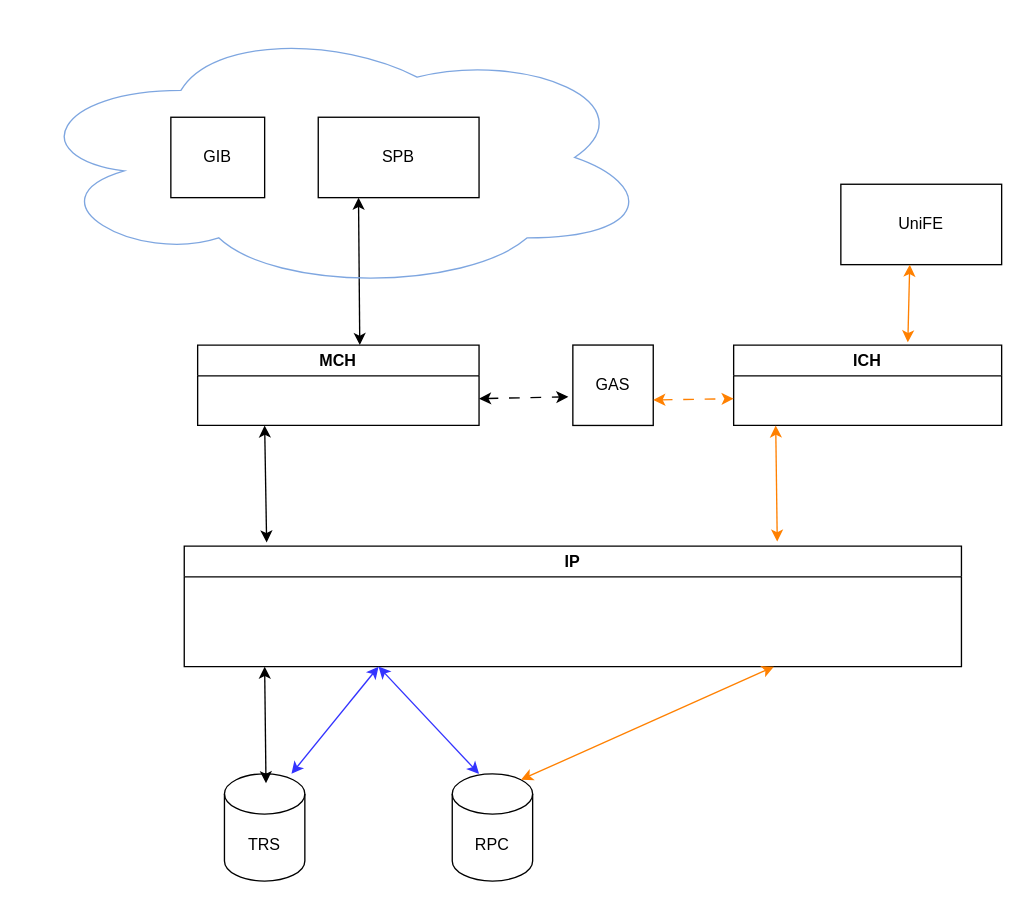
The draw.io diagram Layers-Way4.drawio in MichalHasekRB/my-Diagrams, before the edit. Source tidied: cells renumbered, new cells numbered last; positions are measured from the earlier drawing's top-left corner, leaving out a move shared by most shapes. Both pictures are drawn from the tidied source at 134%, with x=0, y=0 at pixel (23, 23).
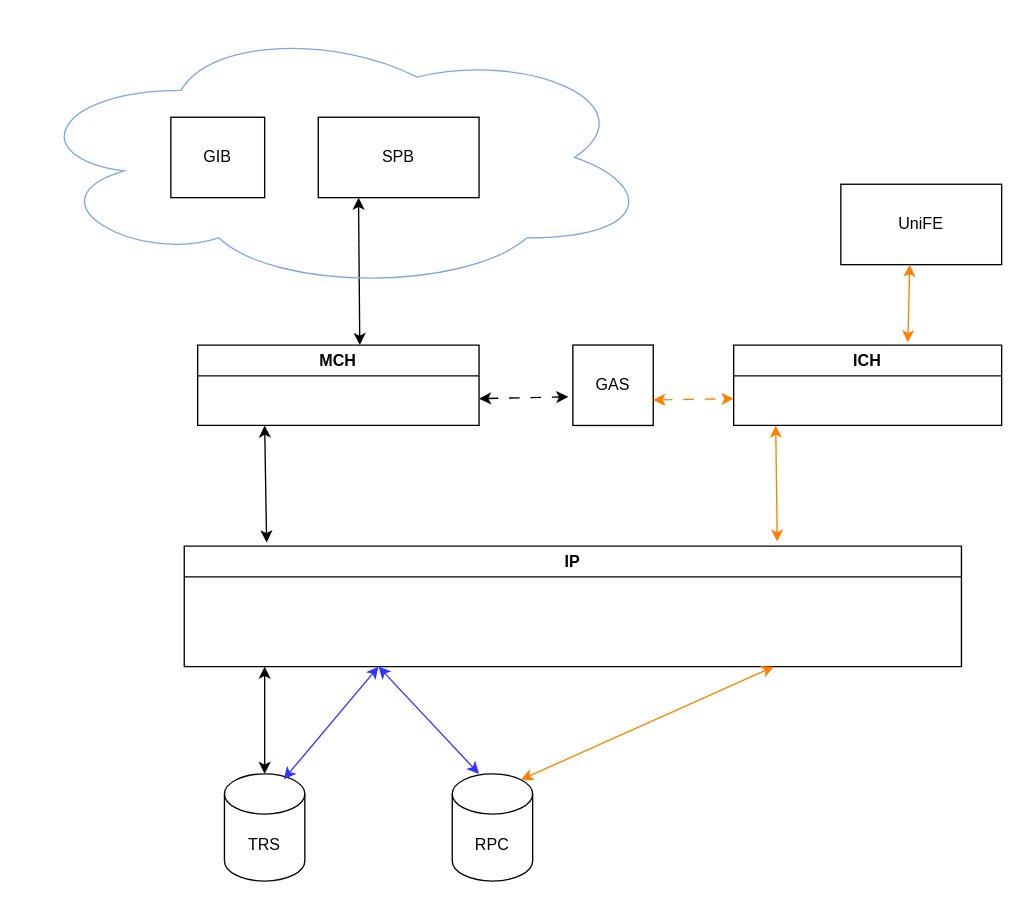
Above is the later version.

Unchanged cells that the change refers to:
```xml
<mxCell id="3" value="IP" style="swimlane;whiteSpace=wrap;html=1;" parent="1" vertex="1">
  <mxGeometry x="120" y="390" width="580" height="90" as="geometry" />
</mxCell>
<mxCell id="8" value="TRS" style="shape=cylinder3;whiteSpace=wrap;html=1;boundedLbl=1;backgroundOutline=1;size=15;" parent="1" vertex="1">
  <mxGeometry x="150" y="560" width="60" height="80" as="geometry" />
</mxCell>
```

The edit, as a diff of the source:
```diff
@@
-    <mxCell id="10" style="endArrow=classic;startArrow=classic;html=1;rounded=0;entryX=0.25;entryY=1;entryDx=0;entryDy=0;strokeColor=#3333FF;" parent="1" edge="1" target="3">
-      <mxGeometry relative="1" as="geometry">
-        <mxPoint x="200" y="560" as="sourcePoint" />
-      </mxGeometry>
+    <mxCell id="10" style="endArrow=classic;startArrow=classic;html=1;rounded=0;entryX=0.25;entryY=1;entryDx=0;entryDy=0;strokeColor=#3333FF;exitX=0.739;exitY=0.05;exitDx=0;exitDy=0;exitPerimeter=0;" parent="1" edge="1" source="8" target="3">
+      <mxGeometry relative="1" as="geometry" />
     </mxCell>
@@
-    <mxCell id="14" style="endArrow=classic;startArrow=classic;html=1;rounded=0;exitX=0.106;exitY=-0.03;exitDx=0;exitDy=0;exitPerimeter=0;" parent="1" edge="1">
+    <mxCell id="14" style="endArrow=classic;startArrow=classic;html=1;rounded=0;" parent="1" edge="1">
       <mxGeometry relative="1" as="geometry">
-        <mxPoint x="181" y="567" as="sourcePoint" />
+        <mxPoint x="180" y="560" as="sourcePoint" />
         <mxPoint x="180" y="480" as="targetPoint" />
       </mxGeometry>
     </mxCell>
```
